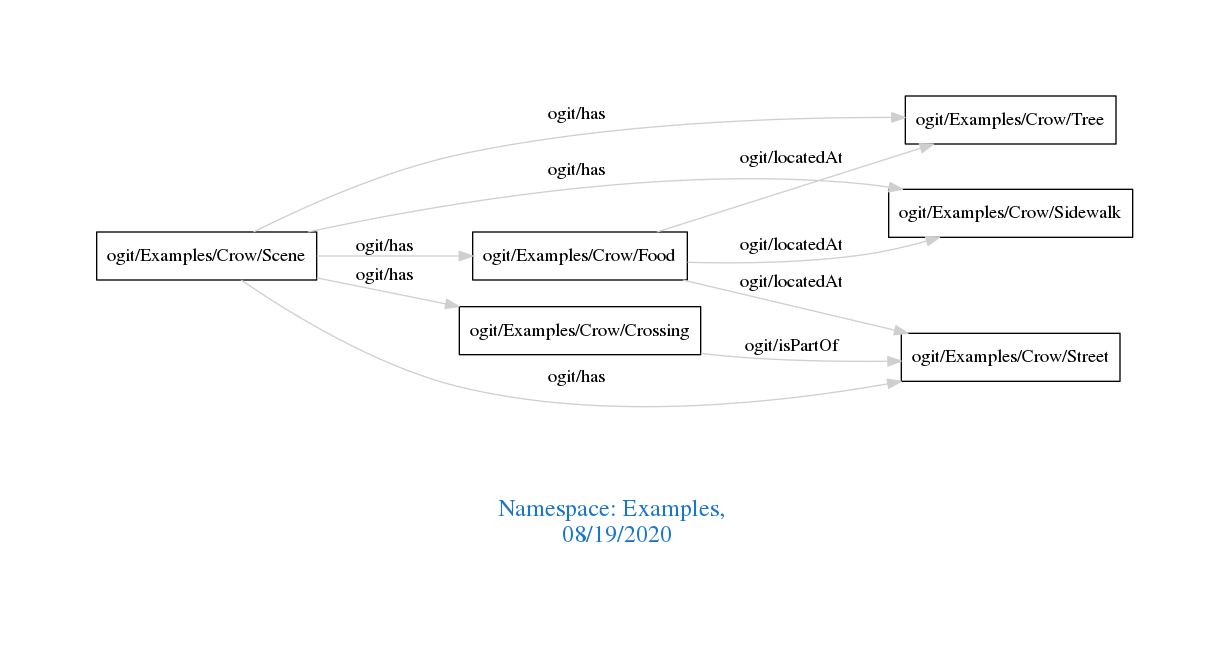
Earlier version of the Graphviz export downloads/Examples.png (arago/OGIT). Its source is kept beside it as downloads/Examples.dot.
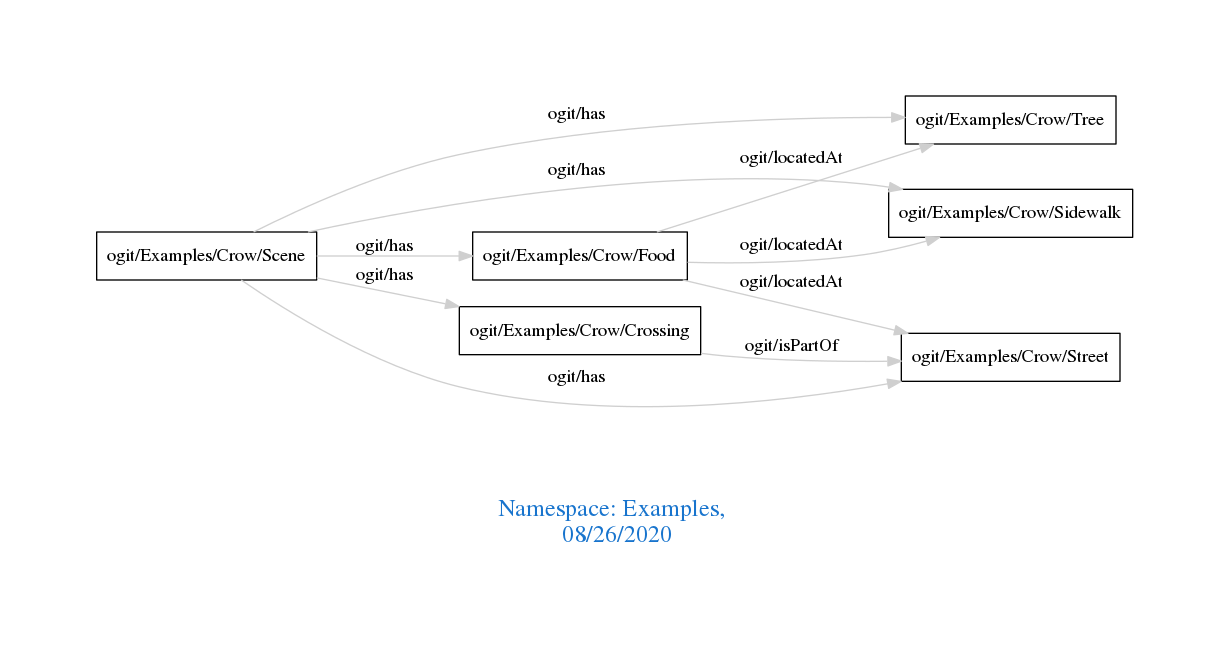
After the commit.

What changed in the source:
```diff
@@ -1,7 +1,7 @@
 digraph OGIT_ontology {
  graph [ rankdir= LR,pad=1
 fontsize = 18,
-fontcolor= dodgerblue3,label = "\n\n\nNamespace: Examples, \n 08/19/2020"];
+fontcolor= dodgerblue3,label = "\n\n\nNamespace: Examples, \n 08/26/2020"];
 node[shape=polygon];
 edge [  color="gray81"];
 
```
